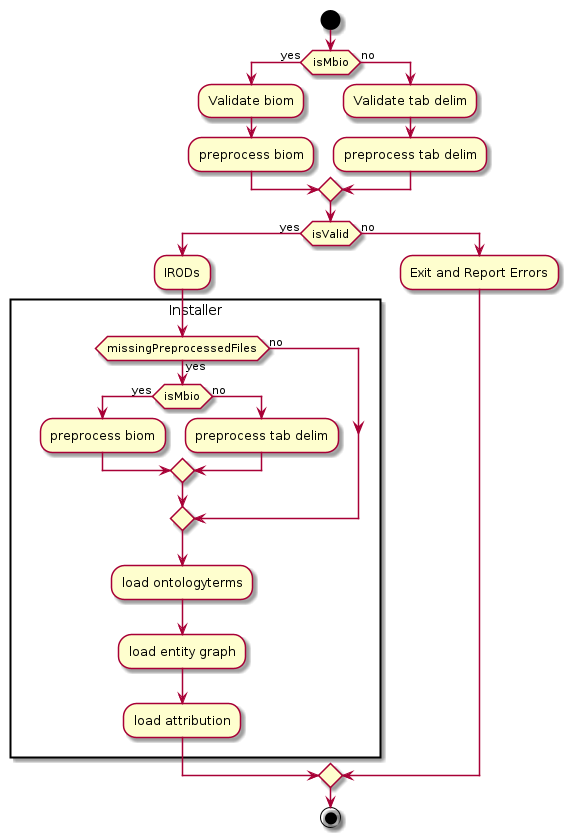
Before: project_planning/images/eda_diy.png, a diagram exported from PlantUML (jbrestel/org-docs).
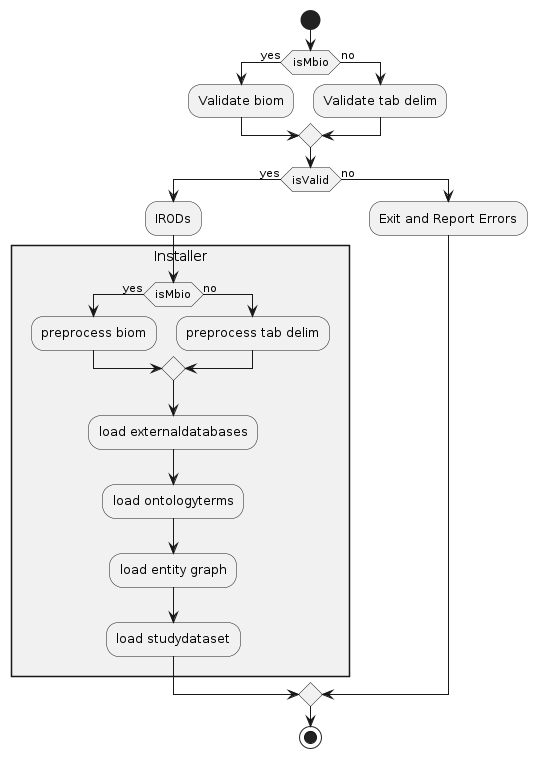
Above is the later version.

Commit message:
rearange diy things

The edit, as a diff of the source:
```diff
@@ -2,25 +2,21 @@
 start
 if(isMbio) then (yes)
   :Validate biom;
-  :preprocess biom;
  else(no)
   :Validate tab delim;
-  :preprocess tab delim;
 endif
 if(isValid) then (yes)
   :IRODs;
   rectangle Installer {
-  if(missingPreprocessedFiles) then (yes)
-    if(isMbio) then (yes)
-      :preprocess biom;
-    else(no)
-      :preprocess tab delim;
-    endif
-  else (no)
+  if(isMbio) then (yes)
+    :preprocess biom;
+  else(no)
+    :preprocess tab delim;
   endif
-   :load ontologyterms;
-   :load entity graph;
-   :load attribution;
+  :load externaldatabases;
+  :load ontologyterms;
+  :load entity graph;
+  :load studydataset;
         }
 else (no)
   :Exit and Report Errors;
```
